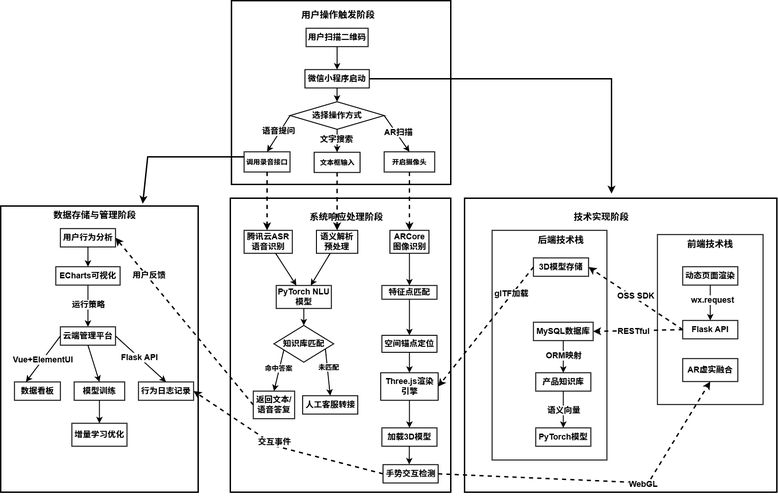
lpy817/-AI- keeps this draw.io diagram as 技术路线图2.drawio.png. Above is the earlier version. Source tidied: cells renumbered, new cells last; positions are measured from the earlier drawing's top-left corner, leaving out a move shared by most shapes.
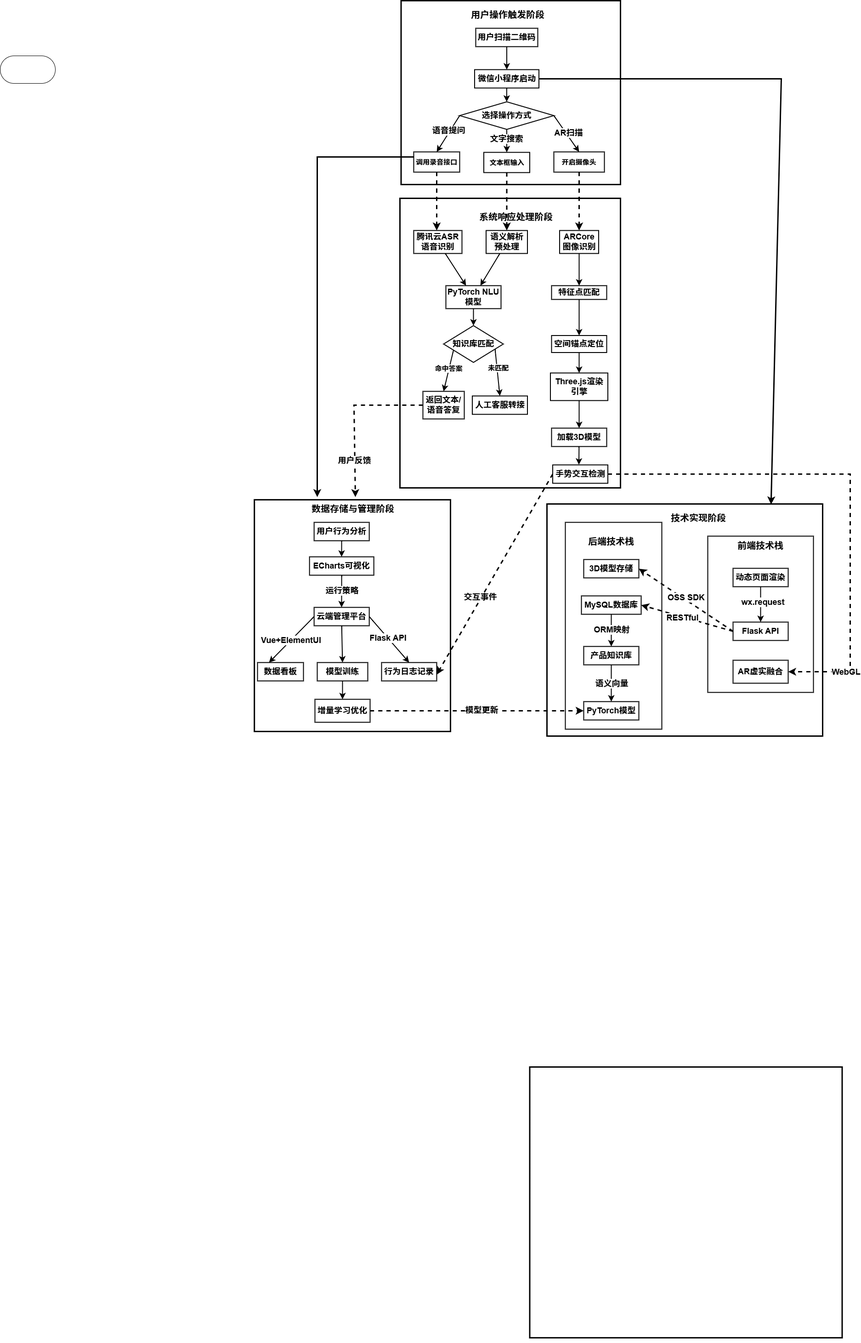
The same diagram one commit later.

Commit message:
更新技术路线图2.drawio.png

What changed in the source:
```diff
@@ -33,4 +33,5 @@
     </mxCell>
-    <mxCell id="11" style="edgeStyle=none;curved=0;rounded=0;jettySize=auto;html=1;exitX=0;exitY=0.25;exitDx=0;exitDy=0;fontFamily=Helvetica;fontSize=12;fontColor=default;startSize=8;endSize=8;strokeWidth=3;entryX=0.719;entryY=-0.008;entryDx=0;entryDy=0;entryPerimeter=0;" parent="1" edge="1" source="12" target="55">
+    <mxCell id="11" style="edgeStyle=none;curved=0;rounded=0;jettySize=auto;html=1;exitX=0;exitY=0.25;exitDx=0;exitDy=0;fontFamily=Helvetica;fontSize=12;fontColor=default;startSize=8;endSize=8;strokeWidth=3;" parent="1" edge="1" source="12">
       <mxGeometry relative="1" as="geometry">
+        <mxPoint x="320" y="1080" as="targetPoint" />
         <Array as="points">
@@ -74,3 +75,3 @@
     <mxCell id="22" style="rounded=0;whiteSpace=wrap;html=1;fillColor=none;strokeWidth=3;" parent="1" vertex="1">
-      <mxGeometry x="500" y="430" width="480" height="640" as="geometry" />
+      <mxGeometry x="500" y="430" width="480" height="630" as="geometry" />
     </mxCell>
@@ -127,4 +128,9 @@
     </mxCell>
-    <mxCell id="40" style="edgeStyle=none;curved=1;rounded=0;jettySize=auto;html=1;exitX=0;exitY=0.5;exitDx=0;exitDy=0;entryX=1;entryY=0.5;entryDx=0;entryDy=0;fontFamily=Helvetica;fontSize=12;fontColor=default;startSize=8;endSize=8;strokeWidth=3;dashed=1;" parent="1" edge="1" source="42" target="58">
-      <mxGeometry relative="1" as="geometry" />
+    <mxCell id="40" style="edgeStyle=none;curved=0;rounded=0;jettySize=auto;html=1;exitX=0;exitY=0.5;exitDx=0;exitDy=0;fontFamily=Helvetica;fontSize=12;fontColor=default;startSize=8;endSize=8;strokeWidth=3;dashed=1;" parent="1" edge="1" source="42">
+      <mxGeometry relative="1" as="geometry">
+        <mxPoint x="403" y="1080" as="targetPoint" />
+        <Array as="points">
+          <mxPoint x="400" y="880" />
+        </Array>
+      </mxGeometry>
     </mxCell>
@@ -156,6 +162,7 @@
     </mxCell>
-    <mxCell id="49" style="edgeStyle=none;curved=0;rounded=0;jettySize=auto;html=1;exitX=1;exitY=0.5;exitDx=0;exitDy=0;entryX=0.5;entryY=1;entryDx=0;entryDy=0;fontFamily=Helvetica;fontSize=12;fontColor=default;startSize=8;endSize=8;strokeWidth=3;dashed=1;" parent="1" edge="1" source="53" target="84">
+    <mxCell id="49" style="edgeStyle=none;curved=0;rounded=0;jettySize=auto;html=1;exitX=1;exitY=0.5;exitDx=0;exitDy=0;entryX=1;entryY=0.5;entryDx=0;entryDy=0;fontFamily=Helvetica;fontSize=12;fontColor=default;startSize=8;endSize=8;strokeWidth=3;dashed=1;" parent="1" edge="1" source="53" target="84">
       <mxGeometry relative="1" as="geometry">
         <Array as="points">
-          <mxPoint x="1410" y="1050" />
+          <mxPoint x="1480" y="1030" />
+          <mxPoint x="1480" y="1460" />
         </Array>
@@ -163,13 +170,9 @@
     </mxCell>
-    <mxCell id="50" value="&lt;b&gt;&lt;font style=&quot;font-size: 18px;&quot;&gt;WebGL&lt;/font&gt;&lt;/b&gt;" style="edgeLabel;html=1;align=center;verticalAlign=middle;fontSize=12;rounded=0;strokeColor=default;fontFamily=Helvetica;fontColor=default;fillColor=default;" parent="49" vertex="1">
+    <mxCell id="50" value="&lt;b&gt;&lt;font style=&quot;font-size: 18px;&quot;&gt;WebGL&lt;/font&gt;&lt;/b&gt;" style="edgeLabel;html=1;align=center;verticalAlign=middle;fontSize=12;rounded=0;strokeColor=default;fontFamily=Helvetica;fontColor=default;fillColor=default;direction=south;" parent="49" vertex="1">
       <mxGeometry x="0.66" y="22" relative="1" as="geometry">
-        <mxPoint x="-64" y="130" as="offset" />
+        <mxPoint x="-32" y="52" as="offset" />
       </mxGeometry>
     </mxCell>
-    <mxCell id="51" style="edgeStyle=none;curved=0;rounded=0;jettySize=auto;html=1;exitX=0;exitY=0.5;exitDx=0;exitDy=0;entryX=1;entryY=0.5;entryDx=0;entryDy=0;fontFamily=Helvetica;fontSize=12;fontColor=default;startSize=8;endSize=8;dashed=1;strokeWidth=3;" parent="1" edge="1" source="53" target="99">
-      <mxGeometry relative="1" as="geometry">
-        <Array as="points">
-          <mxPoint x="600" y="970" />
-        </Array>
-      </mxGeometry>
+    <mxCell id="51" style="edgeStyle=none;curved=0;rounded=0;jettySize=auto;html=1;exitX=0;exitY=0.5;exitDx=0;exitDy=0;entryX=1;entryY=0.654;entryDx=0;entryDy=0;fontFamily=Helvetica;fontSize=12;fontColor=default;startSize=8;endSize=8;dashed=1;strokeWidth=3;entryPerimeter=0;" parent="1" edge="1" source="53" target="99">
+      <mxGeometry relative="1" as="geometry" />
     </mxCell>
@@ -187,24 +190,26 @@
     <mxCell id="55" style="rounded=0;whiteSpace=wrap;html=1;strokeColor=default;align=center;verticalAlign=middle;fontFamily=Helvetica;fontSize=12;fontColor=default;fillColor=none;strokeWidth=3;" parent="1" vertex="1">
-      <mxGeometry y="447" width="430" height="623" as="geometry" />
+      <mxGeometry x="183.2" y="1085.8" width="426.8" height="504.1" as="geometry" />
     </mxCell>
     <mxCell id="56" value="&lt;font style=&quot;font-size: 20px;&quot;&gt;&lt;b&gt;数据存储与管理阶段&lt;/b&gt;&lt;/font&gt;" style="rounded=0;whiteSpace=wrap;html=1;strokeColor=none;align=center;verticalAlign=middle;fontFamily=Helvetica;fontSize=12;fontColor=default;fillColor=none;" parent="1" vertex="1">
-      <mxGeometry x="110" y="436.1" width="190" height="60" as="geometry" />
+      <mxGeometry x="303.2" y="1075" width="190" height="60" as="geometry" />
     </mxCell>
-    <mxCell id="57" style="edgeStyle=none;curved=1;rounded=0;jettySize=auto;html=1;fontFamily=Helvetica;fontSize=12;fontColor=default;startSize=8;endSize=8;strokeWidth=2;" parent="1" edge="1" source="58" target="87">
-      <mxGeometry relative="1" as="geometry" />
+    <mxCell id="57" style="edgeStyle=none;curved=1;rounded=0;jettySize=auto;html=1;fontFamily=Helvetica;fontSize=12;fontColor=default;startSize=8;endSize=8;strokeWidth=2;" parent="1" edge="1" source="58">
+      <mxGeometry relative="1" as="geometry">
+        <mxPoint x="373" y="1210" as="targetPoint" />
+      </mxGeometry>
     </mxCell>
     <mxCell id="58" value="&lt;font style=&quot;font-size: 18px;&quot;&gt;&lt;b&gt;用户行为分析&lt;/b&gt;&lt;/font&gt;" style="rounded=0;whiteSpace=wrap;html=1;strokeColor=default;align=center;verticalAlign=middle;fontFamily=Helvetica;fontSize=12;fontColor=default;fillColor=default;strokeWidth=2;" parent="1" vertex="1">
-      <mxGeometry x="130" y="496.1" width="120" height="40" as="geometry" />
+      <mxGeometry x="313.2" y="1135" width="120" height="40" as="geometry" />
     </mxCell>
     <mxCell id="59" style="rounded=0;whiteSpace=wrap;html=1;strokeColor=default;align=center;verticalAlign=middle;fontFamily=Helvetica;fontSize=12;fontColor=default;fillColor=none;strokeWidth=3;" parent="1" vertex="1">
-      <mxGeometry x="1010" y="430" width="680" height="640" as="geometry" />
+      <mxGeometry x="782.5" y="2320" width="680" height="589.1" as="geometry" />
     </mxCell>
     <mxCell id="60" value="&lt;font style=&quot;font-size: 20px;&quot;&gt;&lt;b&gt;技术实现阶段&lt;/b&gt;&lt;/font&gt;" style="rounded=0;whiteSpace=wrap;html=1;strokeColor=none;align=center;verticalAlign=middle;fontFamily=Helvetica;fontSize=12;fontColor=default;fillColor=none;" parent="1" vertex="1">
-      <mxGeometry x="1213.3" y="440" width="190" height="60" as="geometry" />
+      <mxGeometry x="1055" y="1095" width="190" height="60" as="geometry" />
     </mxCell>
     <mxCell id="61" style="rounded=0;whiteSpace=wrap;html=1;strokeColor=default;align=center;verticalAlign=middle;fontFamily=Helvetica;fontSize=12;fontColor=default;fillColor=none;strokeWidth=2;" parent="1" vertex="1">
-      <mxGeometry x="1430" y="509.1" width="230" height="370" as="geometry" />
+      <mxGeometry x="1170" y="1165" width="230" height="340" as="geometry" />
     </mxCell>
     <mxCell id="62" value="&lt;b&gt;&lt;font style=&quot;font-size: 20px;&quot;&gt;前端技术栈&lt;/font&gt;&lt;/b&gt;" style="rounded=0;whiteSpace=wrap;html=1;strokeColor=none;align=center;verticalAlign=middle;fontFamily=Helvetica;fontSize=12;fontColor=default;fillColor=none;strokeWidth=2;" parent="1" vertex="1">
-      <mxGeometry x="1485" y="499.1" width="120" height="60" as="geometry" />
+      <mxGeometry x="1225" y="1155" width="120" height="60" as="geometry" />
     </mxCell>
@@ -217,3 +222,3 @@
     <mxCell id="65" value="&lt;b&gt;&lt;font style=&quot;font-size: 18px;&quot;&gt;动态页面渲染&lt;/font&gt;&lt;/b&gt;" style="rounded=0;whiteSpace=wrap;html=1;strokeColor=default;align=center;verticalAlign=middle;fontFamily=Helvetica;fontSize=12;fontColor=default;fillColor=default;strokeWidth=2;" parent="1" vertex="1">
-      <mxGeometry x="1485" y="579.1" width="120" height="40" as="geometry" />
+      <mxGeometry x="1225" y="1235" width="120" height="40" as="geometry" />
     </mxCell>
@@ -226,26 +231,13 @@
     <mxCell id="68" value="&lt;b&gt;&lt;font style=&quot;font-size: 18px;&quot;&gt;Flask API&lt;/font&gt;&lt;/b&gt;" style="rounded=0;whiteSpace=wrap;html=1;strokeColor=default;align=center;verticalAlign=middle;fontFamily=Helvetica;fontSize=12;fontColor=default;fillColor=default;strokeWidth=2;" parent="1" vertex="1">
-      <mxGeometry x="1485" y="696.1" width="120" height="40" as="geometry" />
+      <mxGeometry x="1225" y="1352" width="120" height="40" as="geometry" />
     </mxCell>
     <mxCell id="69" style="rounded=0;whiteSpace=wrap;html=1;strokeColor=default;align=center;verticalAlign=middle;fontFamily=Helvetica;fontSize=12;fontColor=default;fillColor=none;strokeWidth=2;" parent="1" vertex="1">
-      <mxGeometry x="1070" y="500" width="250" height="500" as="geometry" />
+      <mxGeometry x="860" y="1135" width="210" height="450" as="geometry" />
     </mxCell>
     <mxCell id="70" value="&lt;b&gt;&lt;font style=&quot;font-size: 20px;&quot;&gt;后端技术栈&lt;/font&gt;&lt;/b&gt;" style="rounded=0;whiteSpace=wrap;html=1;strokeColor=none;align=center;verticalAlign=middle;fontFamily=Helvetica;fontSize=12;fontColor=default;fillColor=none;" parent="1" vertex="1">
-      <mxGeometry x="1160" y="490" width="120" height="60" as="geometry" />
+      <mxGeometry x="900" y="1145.8" width="120" height="60" as="geometry" />
     </mxCell>
     <mxCell id="71" value="&lt;b&gt;&lt;font style=&quot;font-size: 18px;&quot;&gt;3D模型存储&lt;/font&gt;&lt;/b&gt;" style="rounded=0;whiteSpace=wrap;html=1;strokeColor=default;align=center;verticalAlign=middle;fontFamily=Helvetica;fontSize=12;fontColor=default;fillColor=default;strokeWidth=2;" parent="1" vertex="1">
-      <mxGeometry x="1160" y="560" width="120" height="40" as="geometry" />
+      <mxGeometry x="900" y="1215.8" width="120" height="40" as="geometry" />
     </mxCell>
-    <mxCell id="72" style="endArrow=classic;html=1;rounded=0;fontFamily=Helvetica;fontSize=12;fontColor=default;startSize=8;endSize=8;curved=1;entryX=1;entryY=0.5;entryDx=0;entryDy=0;strokeWidth=3;dashed=1;exitX=0;exitY=0.5;exitDx=0;exitDy=0;" parent="1" edge="1" source="71" target="47">
-      <mxGeometry relative="1" as="geometry" />
-    </mxCell>
-    <mxCell id="73" style="edgeLabel;html=1;align=center;verticalAlign=middle;fontSize=12;rounded=0;strokeColor=default;fontFamily=Helvetica;fontColor=default;fillColor=default;" parent="72" vertex="1">
-      <mxGeometry x="-0.21" y="-1" relative="1" as="geometry">
-        <mxPoint x="-1" as="offset" />
-      </mxGeometry>
-    </mxCell>
-    <mxCell id="74" value="&lt;b&gt;&lt;font style=&quot;font-size: 18px;&quot;&gt;glTF加载&lt;/font&gt;&lt;/b&gt;" style="edgeLabel;html=1;align=center;verticalAlign=middle;fontSize=12;rounded=0;strokeColor=default;fontFamily=Helvetica;fontColor=default;fillColor=default;" parent="72" vertex="1">
-      <mxGeometry x="-0.67" y="-4" relative="1" as="geometry">
-        <mxPoint x="-12" y="17" as="offset" />
-      </mxGeometry>
-    </mxCell>
     <mxCell id="75" style="endArrow=classic;html=1;rounded=0;fontFamily=Helvetica;fontSize=12;fontColor=default;startSize=8;endSize=8;curved=1;exitX=0;exitY=0.5;exitDx=0;exitDy=0;entryX=1;entryY=0.5;entryDx=0;entryDy=0;strokeWidth=3;dashed=1;" parent="1" edge="1" source="68" target="71">
@@ -263,3 +255,3 @@
     <mxCell id="79" value="&lt;b&gt;&lt;font style=&quot;font-size: 18px;&quot;&gt;MySQL数据库&lt;/font&gt;&lt;/b&gt;" style="rounded=0;whiteSpace=wrap;html=1;strokeColor=default;align=center;verticalAlign=middle;fontFamily=Helvetica;fontSize=12;fontColor=default;fillColor=default;strokeWidth=2;" parent="1" vertex="1">
-      <mxGeometry x="1160" y="700" width="130" height="40" as="geometry" />
+      <mxGeometry x="895" y="1295" width="130" height="40" as="geometry" />
     </mxCell>
@@ -274,12 +266,14 @@
     <mxCell id="82" value="&lt;b&gt;&lt;font style=&quot;font-size: 18px;&quot;&gt;产品知识库&lt;/font&gt;&lt;/b&gt;" style="rounded=0;whiteSpace=wrap;html=1;strokeColor=default;align=center;verticalAlign=middle;fontFamily=Helvetica;fontSize=12;fontColor=default;fillColor=default;strokeWidth=2;" parent="1" vertex="1">
-      <mxGeometry x="1165" y="810" width="120" height="40" as="geometry" />
+      <mxGeometry x="900" y="1405" width="120" height="40" as="geometry" />
     </mxCell>
     <mxCell id="83" value="&lt;b&gt;&lt;font style=&quot;font-size: 18px;&quot;&gt;PyTorch模型&lt;/font&gt;&lt;/b&gt;" style="rounded=0;whiteSpace=wrap;html=1;strokeColor=default;align=center;verticalAlign=middle;fontFamily=Helvetica;fontSize=12;fontColor=default;fillColor=default;strokeWidth=2;" parent="1" vertex="1">
-      <mxGeometry x="1165" y="930" width="120" height="40" as="geometry" />
+      <mxGeometry x="900" y="1525" width="120" height="40" as="geometry" />
     </mxCell>
     <mxCell id="84" value="&lt;b&gt;&lt;font style=&quot;font-size: 18px;&quot;&gt;AR虚实融合&lt;/font&gt;&lt;/b&gt;" style="rounded=0;whiteSpace=wrap;html=1;strokeColor=default;align=center;verticalAlign=middle;fontFamily=Helvetica;fontSize=12;fontColor=default;fillColor=default;strokeWidth=2;" parent="1" vertex="1">
-      <mxGeometry x="1485" y="779.1" width="120" height="50" as="geometry" />
+      <mxGeometry x="1225" y="1435" width="120" height="50" as="geometry" />
     </mxCell>
-    <mxCell id="85" style="edgeStyle=none;curved=1;rounded=0;jettySize=auto;html=1;fontFamily=Helvetica;fontSize=12;fontColor=default;startSize=8;endSize=8;strokeWidth=2;" parent="1" edge="1" source="87" target="94">
-      <mxGeometry relative="1" as="geometry" />
+    <mxCell id="85" style="edgeStyle=none;curved=1;rounded=0;jettySize=auto;html=1;fontFamily=Helvetica;fontSize=12;fontColor=default;startSize=8;endSize=8;strokeWidth=2;" parent="1" edge="1" source="87">
+      <mxGeometry relative="1" as="geometry">
+        <mxPoint x="373" y="1320" as="targetPoint" />
+      </mxGeometry>
     </mxCell>
@@ -291,3 +285,3 @@
     <mxCell id="87" value="&lt;b&gt;&lt;font style=&quot;font-size: 18px;&quot;&gt;ECharts可视化&lt;/font&gt;&lt;/b&gt;" style="rounded=0;whiteSpace=wrap;html=1;strokeColor=default;align=center;verticalAlign=middle;fontFamily=Helvetica;fontSize=12;fontColor=default;fillColor=default;strokeWidth=2;" parent="1" vertex="1">
-      <mxGeometry x="120" y="579.1" width="140" height="40" as="geometry" />
+      <mxGeometry x="303.2" y="1210" width="140" height="40" as="geometry" />
     </mxCell>
@@ -314,3 +308,3 @@
     <mxCell id="94" value="&lt;b&gt;&lt;font style=&quot;font-size: 18px;&quot;&gt;云端管理平台&lt;/font&gt;&lt;/b&gt;" style="rounded=0;whiteSpace=wrap;html=1;strokeColor=default;align=center;verticalAlign=middle;fontFamily=Helvetica;fontSize=12;fontColor=default;fillColor=default;strokeWidth=2;" parent="1" vertex="1">
-      <mxGeometry x="130" y="710" width="120" height="40" as="geometry" />
+      <mxGeometry x="313.2" y="1320" width="120" height="40" as="geometry" />
     </mxCell>
@@ -320,3 +314,3 @@
     <mxCell id="96" value="&lt;b&gt;&lt;font style=&quot;font-size: 18px;&quot;&gt;数据看板&lt;/font&gt;&lt;/b&gt;" style="rounded=0;whiteSpace=wrap;html=1;strokeColor=default;align=center;verticalAlign=middle;fontFamily=Helvetica;fontSize=12;fontColor=default;fillColor=default;strokeWidth=2;" parent="1" vertex="1">
-      <mxGeometry x="30" y="830" width="100" height="40" as="geometry" />
+      <mxGeometry x="190" y="1440" width="100" height="40" as="geometry" />
     </mxCell>
@@ -326,13 +320,12 @@
     <mxCell id="98" value="&lt;b&gt;&lt;font style=&quot;font-size: 18px;&quot;&gt;模型训练&lt;/font&gt;&lt;/b&gt;" style="rounded=0;whiteSpace=wrap;html=1;strokeColor=default;align=center;verticalAlign=middle;fontFamily=Helvetica;fontSize=12;fontColor=default;fillColor=default;strokeWidth=2;" parent="1" vertex="1">
-      <mxGeometry x="160" y="830" width="110" height="40" as="geometry" />
+      <mxGeometry x="320" y="1440" width="110" height="40" as="geometry" />
     </mxCell>
     <mxCell id="99" value="&lt;b&gt;&lt;font style=&quot;font-size: 18px;&quot;&gt;行为日志记录&lt;/font&gt;&lt;/b&gt;" style="rounded=0;whiteSpace=wrap;html=1;strokeColor=default;align=center;verticalAlign=middle;fontFamily=Helvetica;fontSize=12;fontColor=default;fillColor=default;strokeWidth=2;" parent="1" vertex="1">
-      <mxGeometry x="300" y="830" width="120" height="40" as="geometry" />
+      <mxGeometry x="460" y="1440" width="120" height="40" as="geometry" />
     </mxCell>
     <mxCell id="100" value="&lt;b&gt;&lt;font style=&quot;font-size: 18px;&quot;&gt;增量学习优化&lt;/font&gt;&lt;/b&gt;" style="rounded=0;whiteSpace=wrap;html=1;strokeColor=default;align=center;verticalAlign=middle;fontFamily=Helvetica;fontSize=12;fontColor=default;fillColor=default;strokeWidth=2;" parent="1" vertex="1">
-      <mxGeometry x="155" y="920" width="120" height="50" as="geometry" />
+      <mxGeometry x="315" y="1520" width="120" height="50" as="geometry" />
     </mxCell>
-    <mxCell id="101" style="edgeStyle=none;curved=0;rounded=0;jettySize=auto;html=1;exitX=1;exitY=0.5;exitDx=0;exitDy=0;fontFamily=Helvetica;fontSize=12;fontColor=default;startSize=8;endSize=8;strokeWidth=3;" parent="1" edge="1" source="6">
+    <mxCell id="101" style="edgeStyle=none;curved=0;rounded=0;jettySize=auto;html=1;exitX=1;exitY=0.5;exitDx=0;exitDy=0;fontFamily=Helvetica;fontSize=12;fontColor=default;startSize=8;endSize=8;strokeWidth=3;entryX=0.813;entryY=0.002;entryDx=0;entryDy=0;entryPerimeter=0;" parent="1" edge="1" source="6" target="104">
       <mxGeometry relative="1" as="geometry">
-        <mxPoint x="1330" y="420" as="targetPoint" />
         <Array as="points">
@@ -345,2 +338,16 @@
     </mxCell>
+    <mxCell id="103" style="rounded=1;whiteSpace=wrap;html=1;strokeColor=default;align=center;verticalAlign=middle;fontFamily=Helvetica;fontSize=12;fontColor=default;fillColor=default;arcSize=50;" parent="1" vertex="1">
+      <mxGeometry x="-370" y="120" width="120" height="60" as="geometry" />
+    </mxCell>
+    <mxCell id="104" style="whiteSpace=wrap;html=1;rounded=0;strokeColor=default;align=center;verticalAlign=middle;fontFamily=Helvetica;fontSize=12;fontColor=default;fillColor=none;strokeWidth=3;" parent="1" vertex="1">
+      <mxGeometry x="820" y="1095" width="600" height="505" as="geometry" />
+    </mxCell>
+    <mxCell id="105" style="edgeStyle=none;curved=1;rounded=0;jettySize=auto;html=1;exitX=1;exitY=0.5;exitDx=0;exitDy=0;entryX=0.133;entryY=0.891;entryDx=0;entryDy=0;entryPerimeter=0;fontFamily=Helvetica;fontSize=12;fontColor=default;startSize=8;endSize=8;strokeWidth=3;dashed=1;" parent="1" edge="1" source="100" target="104">
+      <mxGeometry relative="1" as="geometry" />
+    </mxCell>
+    <mxCell id="106" value="&lt;b&gt;&lt;font style=&quot;font-size: 18px;&quot;&gt;模型更新&lt;/font&gt;&lt;/b&gt;" style="edgeLabel;html=1;align=center;verticalAlign=middle;fontSize=12;rounded=0;strokeColor=default;fontFamily=Helvetica;fontColor=default;fillColor=default;" parent="105" vertex="1">
+      <mxGeometry x="0.04" y="2" relative="1" as="geometry">
+        <mxPoint x="-1" as="offset" />
+      </mxGeometry>
+    </mxCell>
   </root>
```
